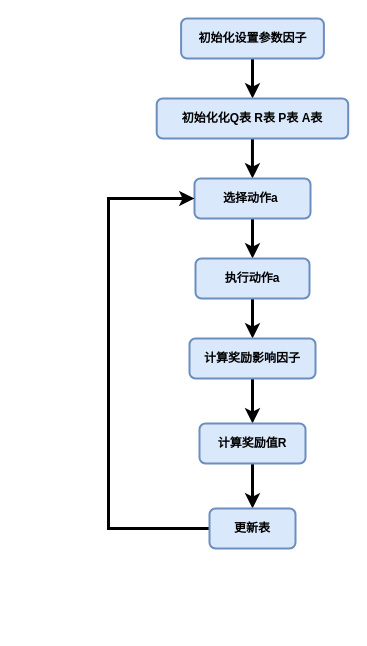
2263464120/2263464120 keeps this draw.io diagram as page "Page-1" (1 of 2) of Untitled Diagram.drawio. Above is the earlier version. Source tidied: cells renumbered, new cells numbered last; positions are measured from the earlier drawing's top-left corner, leaving out a move shared by most shapes. Both pictures are drawn from the tidied source at 100%, with x=0, y=0 at pixel (108, 18).
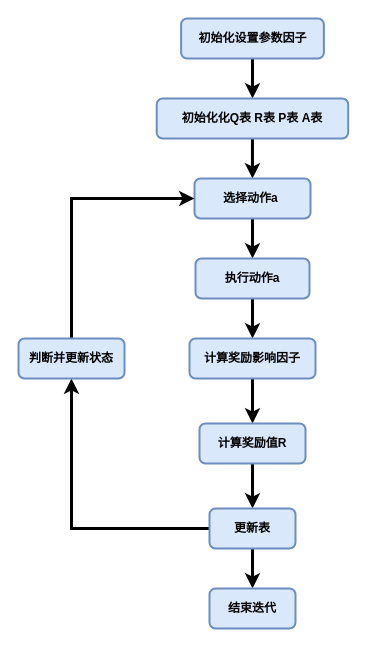
Above is the later version.

Unchanged cells that the change refers to:
```xml
<mxCell id="7" value="&lt;b&gt;选择动作a&amp;nbsp;&lt;/b&gt;" style="rounded=1;whiteSpace=wrap;html=1;fillColor=#dae8fc;strokeColor=#6c8ebf;strokeWidth=2;" parent="1" vertex="1">
  <mxGeometry x="86" y="160" width="116" height="40" as="geometry" />
</mxCell>
<mxCell id="13" value="&lt;b&gt;计算奖励值R&lt;/b&gt;" style="rounded=1;whiteSpace=wrap;html=1;fillColor=#dae8fc;strokeColor=#6c8ebf;strokeWidth=2;" parent="1" vertex="1">
  <mxGeometry x="91" y="405" width="106" height="40" as="geometry" />
</mxCell>
<mxCell id="15" value="&lt;b&gt;更新表&lt;/b&gt;" style="rounded=1;whiteSpace=wrap;html=1;fillColor=#dae8fc;strokeColor=#6c8ebf;strokeWidth=2;" parent="1" vertex="1">
  <mxGeometry x="101" y="490" width="86" height="40" as="geometry" />
</mxCell>
```

The edit, as a diff of the source:
```diff
@@
     <mxCell id="12" style="edgeStyle=orthogonalEdgeStyle;rounded=0;jettySize=auto;html=1;exitX=0.5;exitY=1;exitDx=0;exitDy=0;strokeWidth=3;" parent="1" edge="1" source="13" target="15">
-      <mxGeometry relative="1" as="geometry" />
+      <mxGeometry relative="1" as="geometry">
+        <Array as="points">
+          <mxPoint x="144" y="460" />
+          <mxPoint x="144" y="460" />
+        </Array>
+      </mxGeometry>
     </mxCell>
@@
-    <mxCell id="14" style="edgeStyle=orthogonalEdgeStyle;rounded=0;jettySize=auto;html=1;exitX=0;exitY=0.5;exitDx=0;exitDy=0;entryX=0;entryY=0.5;entryDx=0;entryDy=0;strokeWidth=3;" parent="1" edge="1" source="15" target="7">
-      <mxGeometry relative="1" as="geometry">
-        <Array as="points">
-          <mxPoint y="510" />
-          <mxPoint y="180" />
-        </Array>
-      </mxGeometry>
-    </mxCell>
+    <mxCell id="16" style="edgeStyle=orthogonalEdgeStyle;rounded=0;jettySize=auto;html=1;exitX=0.5;exitY=1;exitDx=0;exitDy=0;strokeWidth=3;" parent="1" edge="1" source="15" target="18">
+      <mxGeometry relative="1" as="geometry" />
+    </mxCell>
+    <mxCell id="17" style="edgeStyle=orthogonalEdgeStyle;rounded=0;jettySize=auto;html=1;exitX=0;exitY=0.5;exitDx=0;exitDy=0;entryX=0.5;entryY=1;entryDx=0;entryDy=0;strokeWidth=3;" parent="1" edge="1" source="15" target="20">
+      <mxGeometry relative="1" as="geometry" />
+    </mxCell>
@@
+    <mxCell id="18" value="&lt;b&gt;结束迭代&lt;/b&gt;" style="rounded=1;whiteSpace=wrap;html=1;fillColor=#dae8fc;strokeColor=#6c8ebf;strokeWidth=2;" parent="1" vertex="1">
+      <mxGeometry x="101" y="570" width="86" height="40" as="geometry" />
+    </mxCell>
+    <mxCell id="19" style="edgeStyle=orthogonalEdgeStyle;rounded=0;jettySize=auto;html=1;exitX=0.5;exitY=0;exitDx=0;exitDy=0;strokeWidth=3;entryX=0;entryY=0.5;entryDx=0;entryDy=0;" parent="1" edge="1" source="20" target="7">
+      <mxGeometry relative="1" as="geometry" />
+    </mxCell>
+    <mxCell id="20" value="&lt;b&gt;判断并更新状态&lt;/b&gt;" style="rounded=1;whiteSpace=wrap;html=1;fillColor=#dae8fc;strokeColor=#6c8ebf;strokeWidth=2;" parent="1" vertex="1">
+      <mxGeometry x="-90" y="320" width="106" height="40" as="geometry" />
+    </mxCell>
```
